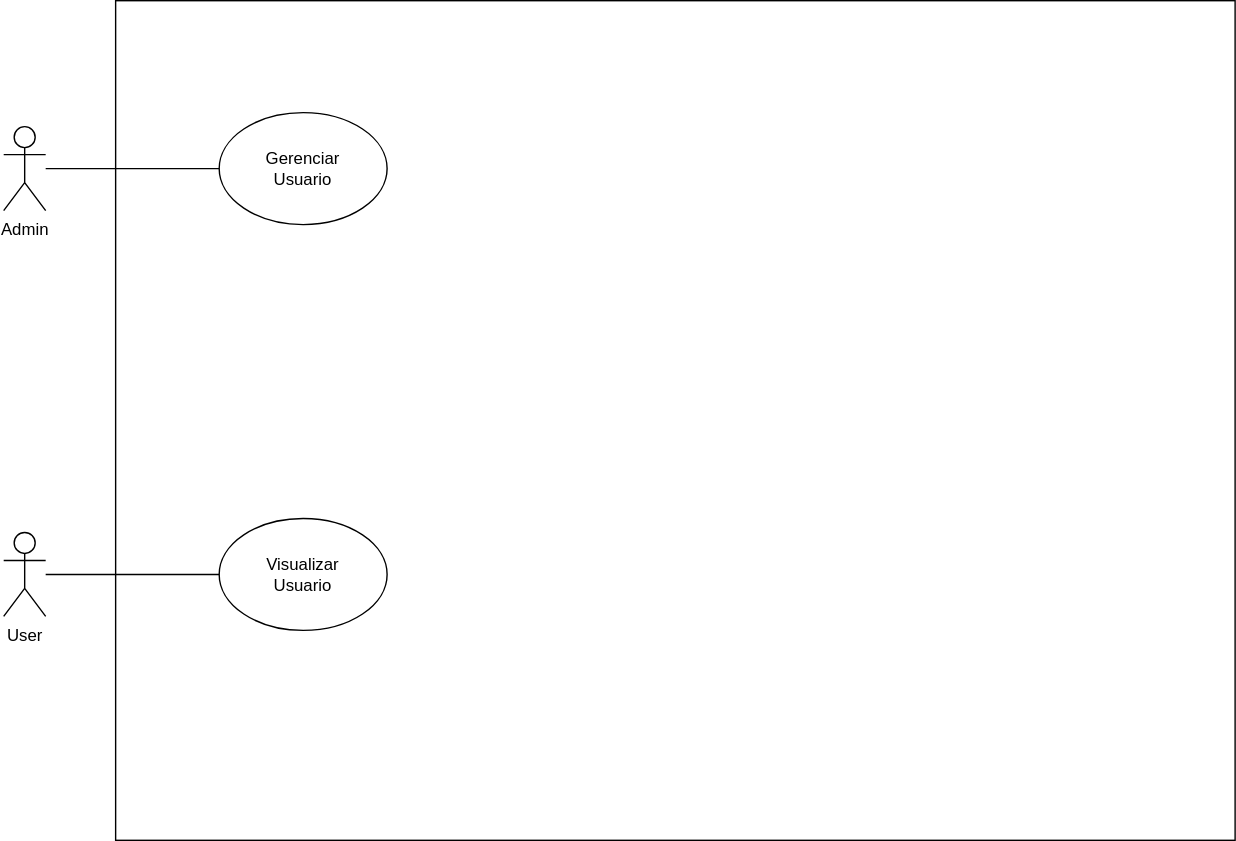
The draw.io diagram CasosDeUso.svg in cassiovittori/Projeto_MPS, before a commit. Source tidied: cells renumbered, new cells last; positions are measured from the earlier drawing's top-left corner, leaving out a move shared by most shapes.
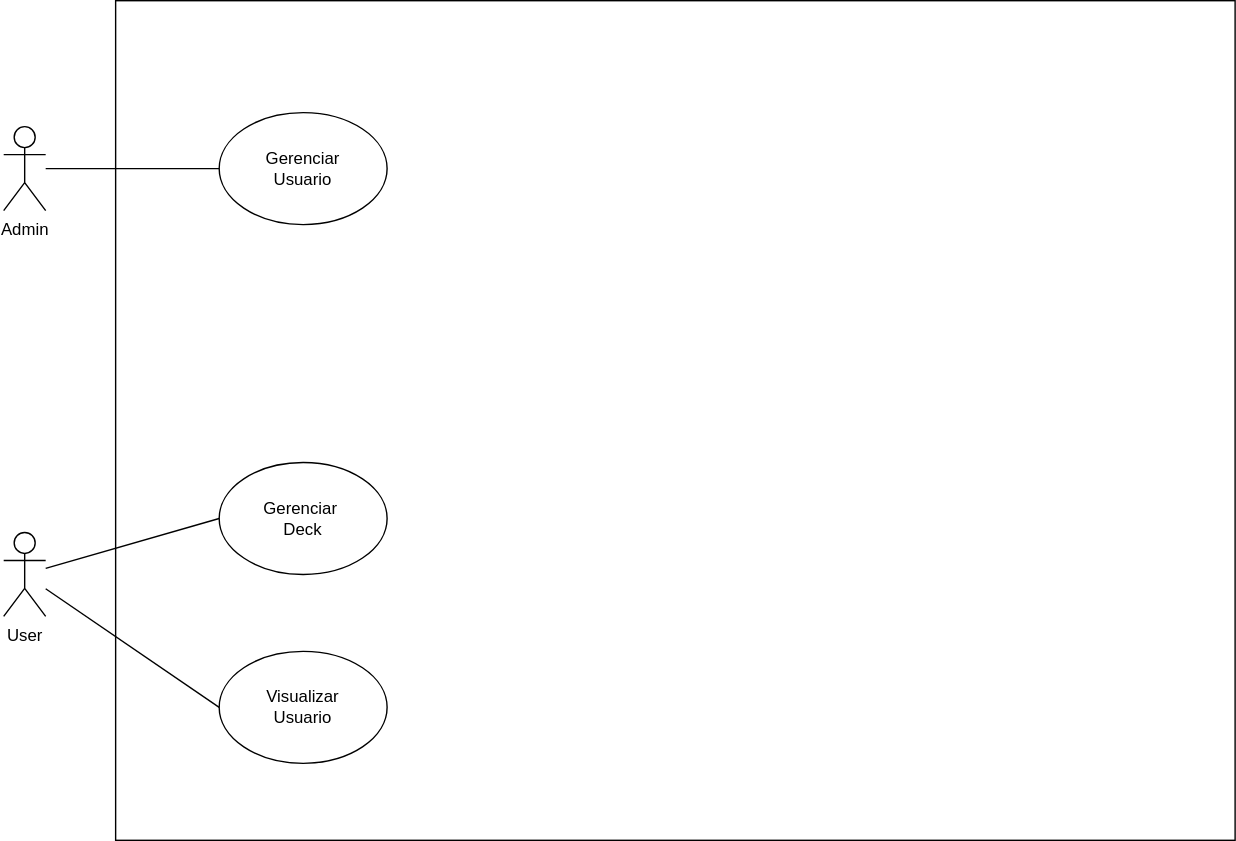
After the change.

The edit, as a diff of the source:
```diff
@@ -18,10 +18,16 @@
       <mxGeometry y="380" width="30" height="60" as="geometry" />
     </mxCell>
     <mxCell id="7" value="Visualizar&lt;div&gt;Usuario&lt;/div&gt;" style="ellipse;whiteSpace=wrap;html=1;" parent="1" vertex="1">
-      <mxGeometry x="154" y="370" width="120" height="80" as="geometry" />
+      <mxGeometry x="154" y="465" width="120" height="80" as="geometry" />
     </mxCell>
     <mxCell id="8" style="endArrow=none;html=1;rounded=0;entryX=0;entryY=0.5;entryDx=0;entryDy=0;" parent="1" edge="1" source="6" target="7">
       <mxGeometry relative="1" as="geometry" />
     </mxCell>
+    <mxCell id="9" value="Gerenciar&amp;nbsp;&lt;div&gt;Deck&lt;/div&gt;" style="ellipse;whiteSpace=wrap;html=1;" parent="1" vertex="1">
+      <mxGeometry x="154" y="330" width="120" height="80" as="geometry" />
+    </mxCell>
+    <mxCell id="10" style="endArrow=none;html=1;rounded=0;entryX=0;entryY=0.5;entryDx=0;entryDy=0;" parent="1" edge="1" source="6" target="9">
+      <mxGeometry relative="1" as="geometry" />
+    </mxCell>
   </root>
 </mxGraphModel>
```
